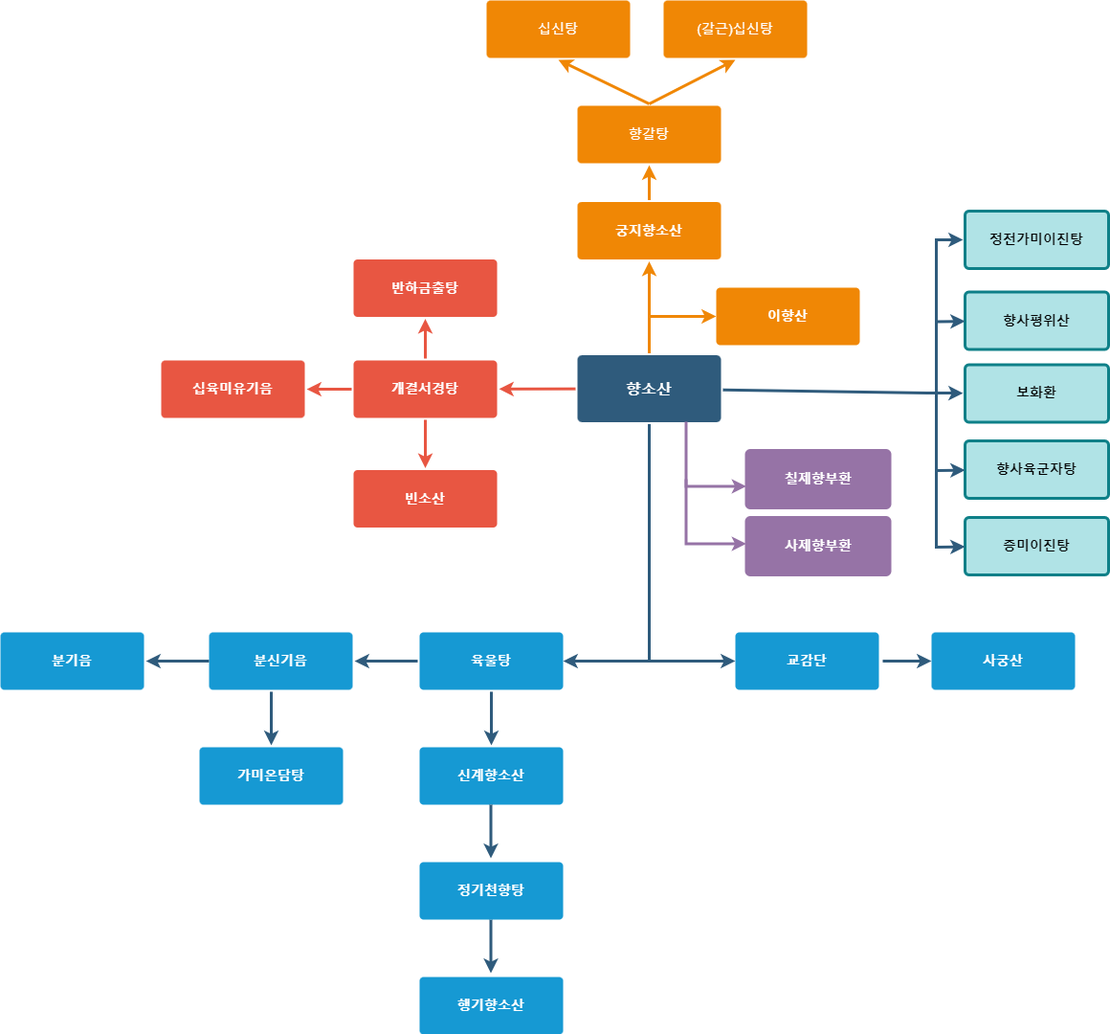
The draw.io diagram 향소산플로우차트.drawio.png in Jinzin71/sparta, before a commit. Source tidied: cells renumbered, new cells last; positions are measured from the earlier drawing's top-left corner, leaving out a move shared by most shapes.
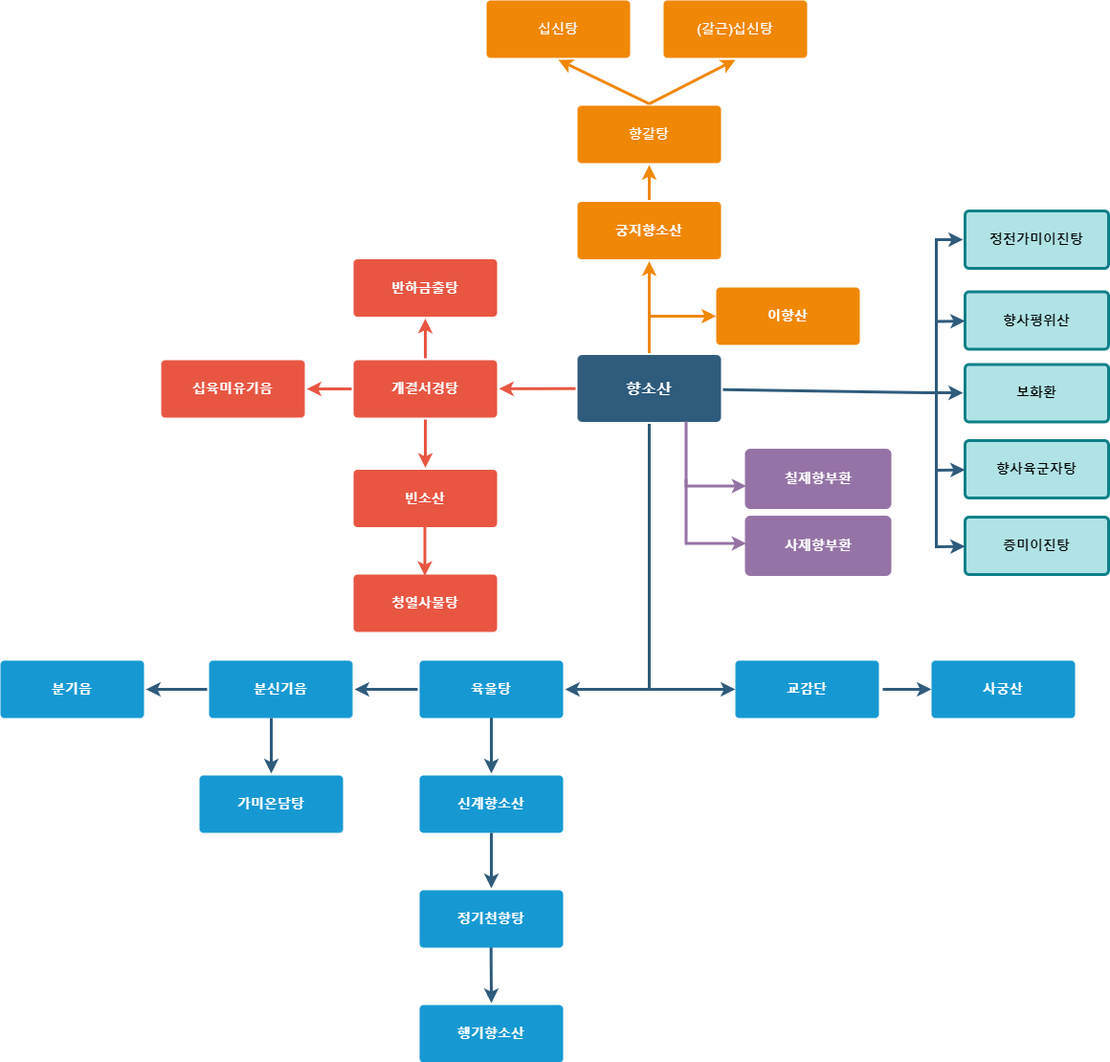
The same diagram one commit later.

Commit message:
향소산플로우차트.drawio.png 업데이트

Change to the diagram source:
```diff
@@ -12,11 +12,10 @@
         </Array>
       </mxGeometry>
     </mxCell>
-    <mxCell id="4" style="edgeStyle=orthogonalEdgeStyle;rounded=0;jumpStyle=none;html=1;shadow=0;labelBackgroundColor=none;startArrow=none;startFill=0;endArrow=classic;endFill=1;jettySize=auto;strokeColor=#2F5B7C;strokeWidth=3;fontFamily=Helvetica;fontSize=16;fontColor=#23445D;spacing=5;" parent="1" edge="1" source="7">
+    <mxCell id="4" style="edgeStyle=orthogonalEdgeStyle;rounded=0;jumpStyle=none;html=1;shadow=0;labelBackgroundColor=none;startArrow=none;startFill=0;endArrow=classic;endFill=1;jettySize=auto;strokeColor=#2F5B7C;strokeWidth=3;fontFamily=Helvetica;fontSize=16;fontColor=#23445D;spacing=5;entryX=1;entryY=0.5;entryDx=0;entryDy=0;" parent="1" edge="1" source="7" target="38">
       <mxGeometry relative="1" as="geometry">
-        <mxPoint x="588" y="690" as="targetPoint" />
         <Array as="points">
-          <mxPoint x="678" y="690" />
+          <mxPoint x="678" y="720" />
         </Array>
       </mxGeometry>
     </mxCell>
@@ -47,7 +46,7 @@
       <mxGeometry x="369" y="270.5" width="150" height="60" as="geometry" />
     </mxCell>
     <mxCell id="13" value="신계향소산" style="rounded=1;whiteSpace=wrap;html=1;shadow=0;labelBackgroundColor=none;strokeColor=none;strokeWidth=3;fillColor=#1699d3;fontFamily=Helvetica;fontSize=14;fontColor=#FFFFFF;align=center;spacing=5;fontStyle=1;arcSize=7;perimeterSpacing=2;" parent="1" vertex="1">
-      <mxGeometry x="438" y="780" width="150" height="60" as="geometry" />
+      <mxGeometry x="438" y="810" width="150" height="60" as="geometry" />
     </mxCell>
     <mxCell id="14" value="궁지향소산" style="rounded=1;whiteSpace=wrap;html=1;shadow=0;labelBackgroundColor=none;strokeColor=none;strokeWidth=3;fillColor=#F08705;fontFamily=Helvetica;fontSize=14;fontColor=#FFFFFF;align=center;spacing=5;fontStyle=1;arcSize=7;perimeterSpacing=2;" parent="1" vertex="1">
       <mxGeometry x="603" y="210.5" width="150" height="60" as="geometry" />
@@ -126,14 +125,17 @@
     </mxCell>
     <mxCell id="34" style="edgeStyle=none;rounded=0;jumpStyle=none;html=1;shadow=0;labelBackgroundColor=none;startArrow=none;startFill=0;endArrow=classic;endFill=1;jettySize=auto;orthogonalLoop=1;strokeColor=#2F5B7C;strokeWidth=3;fontFamily=Helvetica;fontSize=14;fontColor=#FFFFFF;spacing=5;fillColor=#0050ef;" parent="1" edge="1">
       <mxGeometry relative="1" as="geometry">
-        <mxPoint x="922" y="690" as="sourcePoint" />
-        <mxPoint x="973" y="690" as="targetPoint" />
+        <mxPoint x="922" y="720" as="sourcePoint" />
+        <mxPoint x="973" y="720" as="targetPoint" />
       </mxGeometry>
     </mxCell>
     <mxCell id="35" style="edgeStyle=none;rounded=0;jumpStyle=none;html=1;shadow=0;labelBackgroundColor=none;startArrow=none;startFill=0;endArrow=classic;endFill=1;jettySize=auto;orthogonalLoop=1;strokeColor=#2F5B7C;strokeWidth=3;fontFamily=Helvetica;fontSize=14;fontColor=#FFFFFF;spacing=5;fillColor=#0050ef;" parent="1" edge="1">
       <mxGeometry relative="1" as="geometry">
-        <mxPoint x="678" y="690" as="sourcePoint" />
-        <mxPoint x="768" y="690" as="targetPoint" />
+        <mxPoint x="678" y="720" as="sourcePoint" />
+        <mxPoint x="768" y="720" as="targetPoint" />
+        <Array as="points">
+          <mxPoint x="728" y="720" />
+        </Array>
       </mxGeometry>
     </mxCell>
     <mxCell id="36" style="edgeStyle=none;rounded=0;jumpStyle=none;html=1;shadow=0;labelBackgroundColor=none;startArrow=none;startFill=0;endArrow=classic;endFill=1;jettySize=auto;strokeColor=#2F5B7C;strokeWidth=3;fontFamily=Helvetica;fontSize=14;fontColor=#FFFFFF;spacing=5;fillColor=#0050ef;entryX=0.5;entryY=0;entryDx=0;entryDy=0;exitX=0.5;exitY=1;exitDx=0;exitDy=0;" parent="1" edge="1" target="13">
@@ -141,53 +143,49 @@
         <mxPoint x="513" y="722" as="sourcePoint" />
       </mxGeometry>
     </mxCell>
-    <mxCell id="37" style="edgeStyle=none;rounded=0;jumpStyle=none;html=1;shadow=0;labelBackgroundColor=none;startArrow=none;startFill=0;endArrow=classic;endFill=1;jettySize=auto;orthogonalLoop=1;strokeColor=#2F5B7C;strokeWidth=3;fontFamily=Helvetica;fontSize=14;fontColor=#FFFFFF;spacing=5;fillColor=#0050ef;entryX=0.5;entryY=0;entryDx=0;entryDy=0;exitX=0.5;exitY=1;exitDx=0;exitDy=0;" parent="1" edge="1">
+    <mxCell id="37" style="edgeStyle=none;rounded=0;jumpStyle=none;html=1;shadow=0;labelBackgroundColor=none;startArrow=none;startFill=0;endArrow=classic;endFill=1;jettySize=auto;strokeColor=#2F5B7C;strokeWidth=3;fontFamily=Helvetica;fontSize=14;fontColor=#FFFFFF;spacing=5;fillColor=#0050ef;entryX=0.5;entryY=0;entryDx=0;entryDy=0;" parent="1" edge="1" target="41">
       <mxGeometry relative="1" as="geometry">
-        <mxPoint x="512.5" y="840" as="sourcePoint" />
-        <mxPoint x="512.5" y="896" as="targetPoint" />
+        <mxPoint x="513" y="870" as="sourcePoint" />
       </mxGeometry>
     </mxCell>
     <mxCell id="38" value="육울탕" style="rounded=1;whiteSpace=wrap;html=1;shadow=0;labelBackgroundColor=none;strokeColor=none;strokeWidth=3;fillColor=#1699d3;fontFamily=Helvetica;fontSize=14;fontColor=#FFFFFF;align=center;spacing=5;fontStyle=1;arcSize=7;perimeterSpacing=2;" parent="1" vertex="1">
-      <mxGeometry x="438" y="660" width="150" height="60" as="geometry" />
+      <mxGeometry x="438" y="690" width="150" height="60" as="geometry" />
     </mxCell>
-    <mxCell id="39" style="edgeStyle=none;rounded=0;jumpStyle=none;html=1;shadow=0;labelBackgroundColor=none;startArrow=none;startFill=0;endArrow=classic;endFill=1;jettySize=auto;orthogonalLoop=1;strokeColor=#2F5B7C;strokeWidth=3;fontFamily=Helvetica;fontSize=14;fontColor=#FFFFFF;spacing=5;fillColor=#0050ef;entryX=0.5;entryY=0;entryDx=0;entryDy=0;exitX=0.5;exitY=1;exitDx=0;exitDy=0;" parent="1" edge="1">
+    <mxCell id="39" style="edgeStyle=none;rounded=0;jumpStyle=none;html=1;shadow=0;labelBackgroundColor=none;startArrow=none;startFill=0;endArrow=classic;endFill=1;jettySize=auto;strokeColor=#2F5B7C;strokeWidth=3;fontFamily=Helvetica;fontSize=14;fontColor=#FFFFFF;spacing=5;fillColor=#0050ef;entryX=0.5;entryY=0;entryDx=0;entryDy=0;exitX=0.5;exitY=1;exitDx=0;exitDy=0;" parent="1" edge="1" target="40">
       <mxGeometry relative="1" as="geometry">
         <mxPoint x="512.5" y="960" as="sourcePoint" />
-        <mxPoint x="512.5" y="1016" as="targetPoint" />
       </mxGeometry>
     </mxCell>
     <mxCell id="40" value="행기향소산" style="rounded=1;whiteSpace=wrap;html=1;shadow=0;labelBackgroundColor=none;strokeColor=none;strokeWidth=3;fillColor=#1699d3;fontFamily=Helvetica;fontSize=14;fontColor=#FFFFFF;align=center;spacing=5;fontStyle=1;arcSize=7;perimeterSpacing=2;" parent="1" vertex="1">
-      <mxGeometry x="438" y="1020" width="150" height="60" as="geometry" />
+      <mxGeometry x="438" y="1050" width="150" height="60" as="geometry" />
     </mxCell>
     <mxCell id="41" value="정기천향탕" style="rounded=1;whiteSpace=wrap;html=1;shadow=0;labelBackgroundColor=none;strokeColor=none;strokeWidth=3;fillColor=#1699d3;fontFamily=Helvetica;fontSize=14;fontColor=#FFFFFF;align=center;spacing=5;fontStyle=1;arcSize=7;perimeterSpacing=2;" parent="1" vertex="1">
-      <mxGeometry x="438" y="900" width="150" height="60" as="geometry" />
+      <mxGeometry x="438" y="930" width="150" height="60" as="geometry" />
     </mxCell>
     <mxCell id="42" value="교감단" style="rounded=1;whiteSpace=wrap;html=1;shadow=0;labelBackgroundColor=none;strokeColor=none;strokeWidth=3;fillColor=#1699d3;fontFamily=Helvetica;fontSize=14;fontColor=#FFFFFF;align=center;spacing=5;fontStyle=1;arcSize=7;perimeterSpacing=2;" parent="1" vertex="1">
-      <mxGeometry x="768" y="660" width="150" height="60" as="geometry" />
+      <mxGeometry x="768" y="690" width="150" height="60" as="geometry" />
     </mxCell>
     <mxCell id="43" value="사궁산" style="rounded=1;whiteSpace=wrap;html=1;shadow=0;labelBackgroundColor=none;strokeColor=none;strokeWidth=3;fillColor=#1699d3;fontFamily=Helvetica;fontSize=14;fontColor=#FFFFFF;align=center;spacing=5;fontStyle=1;arcSize=7;perimeterSpacing=2;" parent="1" vertex="1">
-      <mxGeometry x="973" y="660" width="150" height="60" as="geometry" />
+      <mxGeometry x="973" y="690" width="150" height="60" as="geometry" />
     </mxCell>
     <mxCell id="44" value="분신기음" style="rounded=1;whiteSpace=wrap;html=1;shadow=0;labelBackgroundColor=none;strokeColor=none;strokeWidth=3;fillColor=#1699d3;fontFamily=Helvetica;fontSize=14;fontColor=#FFFFFF;align=center;spacing=5;fontStyle=1;arcSize=7;perimeterSpacing=2;" parent="1" vertex="1">
-      <mxGeometry x="218" y="660" width="150" height="60" as="geometry" />
+      <mxGeometry x="218" y="690" width="150" height="60" as="geometry" />
     </mxCell>
     <mxCell id="45" style="edgeStyle=none;rounded=0;jumpStyle=none;html=1;shadow=0;labelBackgroundColor=none;startArrow=none;startFill=0;endArrow=classic;endFill=1;jettySize=auto;strokeColor=#2F5B7C;strokeWidth=3;fontFamily=Helvetica;fontSize=14;fontColor=#FFFFFF;spacing=5;fillColor=#0050ef;entryX=1;entryY=0.5;entryDx=0;entryDy=0;exitX=0;exitY=0.5;exitDx=0;exitDy=0;" parent="1" edge="1" source="38" target="44">
       <mxGeometry relative="1" as="geometry" />
     </mxCell>
     <mxCell id="46" value="분기음" style="rounded=1;whiteSpace=wrap;html=1;shadow=0;labelBackgroundColor=none;strokeColor=none;strokeWidth=3;fillColor=#1699d3;fontFamily=Helvetica;fontSize=14;fontColor=#FFFFFF;align=center;spacing=5;fontStyle=1;arcSize=7;perimeterSpacing=2;" parent="1" vertex="1">
-      <mxGeometry y="660" width="150" height="60" as="geometry" />
+      <mxGeometry y="690" width="150" height="60" as="geometry" />
     </mxCell>
-    <mxCell id="47" style="edgeStyle=none;rounded=0;jumpStyle=none;html=1;shadow=0;labelBackgroundColor=none;startArrow=none;startFill=0;endArrow=classic;endFill=1;jettySize=auto;strokeColor=#2F5B7C;strokeWidth=3;fontFamily=Helvetica;fontSize=14;fontColor=#FFFFFF;spacing=5;fillColor=#0050ef;entryX=1;entryY=0.5;entryDx=0;entryDy=0;exitX=0;exitY=0.5;exitDx=0;exitDy=0;" parent="1" edge="1" target="46">
-      <mxGeometry relative="1" as="geometry">
-        <mxPoint x="218" y="690" as="sourcePoint" />
-      </mxGeometry>
+    <mxCell id="47" style="edgeStyle=none;rounded=0;jumpStyle=none;html=1;shadow=0;labelBackgroundColor=none;startArrow=none;startFill=0;endArrow=classic;endFill=1;jettySize=auto;strokeColor=#2F5B7C;strokeWidth=3;fontFamily=Helvetica;fontSize=14;fontColor=#FFFFFF;spacing=5;fillColor=#0050ef;entryX=1;entryY=0.5;entryDx=0;entryDy=0;exitX=0;exitY=0.5;exitDx=0;exitDy=0;" parent="1" edge="1" source="44" target="46">
+      <mxGeometry relative="1" as="geometry" />
     </mxCell>
     <mxCell id="48" value="가미온담탕" style="rounded=1;whiteSpace=wrap;html=1;shadow=0;labelBackgroundColor=none;strokeColor=none;strokeWidth=3;fillColor=#1699d3;fontFamily=Helvetica;fontSize=14;fontColor=#FFFFFF;align=center;spacing=5;fontStyle=1;arcSize=7;perimeterSpacing=2;" parent="1" vertex="1">
-      <mxGeometry x="208" y="780" width="150" height="60" as="geometry" />
+      <mxGeometry x="208" y="810" width="150" height="60" as="geometry" />
     </mxCell>
-    <mxCell id="49" style="edgeStyle=none;rounded=0;jumpStyle=none;html=1;shadow=0;labelBackgroundColor=none;startArrow=none;startFill=0;endArrow=classic;endFill=1;jettySize=auto;strokeColor=#2F5B7C;strokeWidth=3;fontFamily=Helvetica;fontSize=14;fontColor=#FFFFFF;spacing=5;fillColor=#0050ef;entryX=0.5;entryY=0;entryDx=0;entryDy=0;exitX=0.5;exitY=1;exitDx=0;exitDy=0;" parent="1" edge="1" target="48">
+    <mxCell id="49" style="edgeStyle=none;rounded=0;jumpStyle=none;html=1;shadow=0;labelBackgroundColor=none;startArrow=none;startFill=0;endArrow=classic;endFill=1;jettySize=auto;strokeColor=#2F5B7C;strokeWidth=3;fontFamily=Helvetica;fontSize=14;fontColor=#FFFFFF;spacing=5;fillColor=#0050ef;entryX=0.5;entryY=0;entryDx=0;entryDy=0;" parent="1" edge="1" target="48">
       <mxGeometry relative="1" as="geometry">
-        <mxPoint x="283" y="722" as="sourcePoint" />
+        <mxPoint x="283" y="750" as="sourcePoint" />
       </mxGeometry>
     </mxCell>
     <mxCell id="50" style="endArrow=classic;html=1;rounded=0;strokeWidth=3;strokeColor=#2F5B7C;entryX=0;entryY=0.5;entryDx=0;entryDy=0;" parent="1" edge="1" target="25">
@@ -226,5 +224,14 @@
         </Array>
       </mxGeometry>
     </mxCell>
+    <mxCell id="54" style="edgeStyle=none;rounded=0;jumpStyle=none;html=1;shadow=0;labelBackgroundColor=none;startArrow=none;startFill=0;endArrow=classic;endFill=1;jettySize=auto;orthogonalLoop=1;strokeColor=#E85642;strokeWidth=3;fontFamily=Helvetica;fontSize=16;fontColor=#23445D;spacing=5;exitX=0.5;exitY=1;exitDx=0;exitDy=0;entryX=0.5;entryY=0;entryDx=0;entryDy=0;" parent="1" edge="1">
+      <mxGeometry relative="1" as="geometry">
+        <mxPoint x="443.5" y="550.5" as="sourcePoint" />
+        <mxPoint x="443.5" y="601.5" as="targetPoint" />
+      </mxGeometry>
+    </mxCell>
+    <mxCell id="55" value="청열사물탕" style="rounded=1;whiteSpace=wrap;html=1;shadow=0;labelBackgroundColor=none;strokeColor=none;strokeWidth=3;fillColor=#E85642;fontFamily=Helvetica;fontSize=14;fontColor=#FFFFFF;align=center;spacing=5;fontStyle=1;arcSize=7;perimeterSpacing=2;" parent="1" vertex="1">
+      <mxGeometry x="369" y="600" width="150" height="60" as="geometry" />
+    </mxCell>
   </root>
 </mxGraphModel>
```
